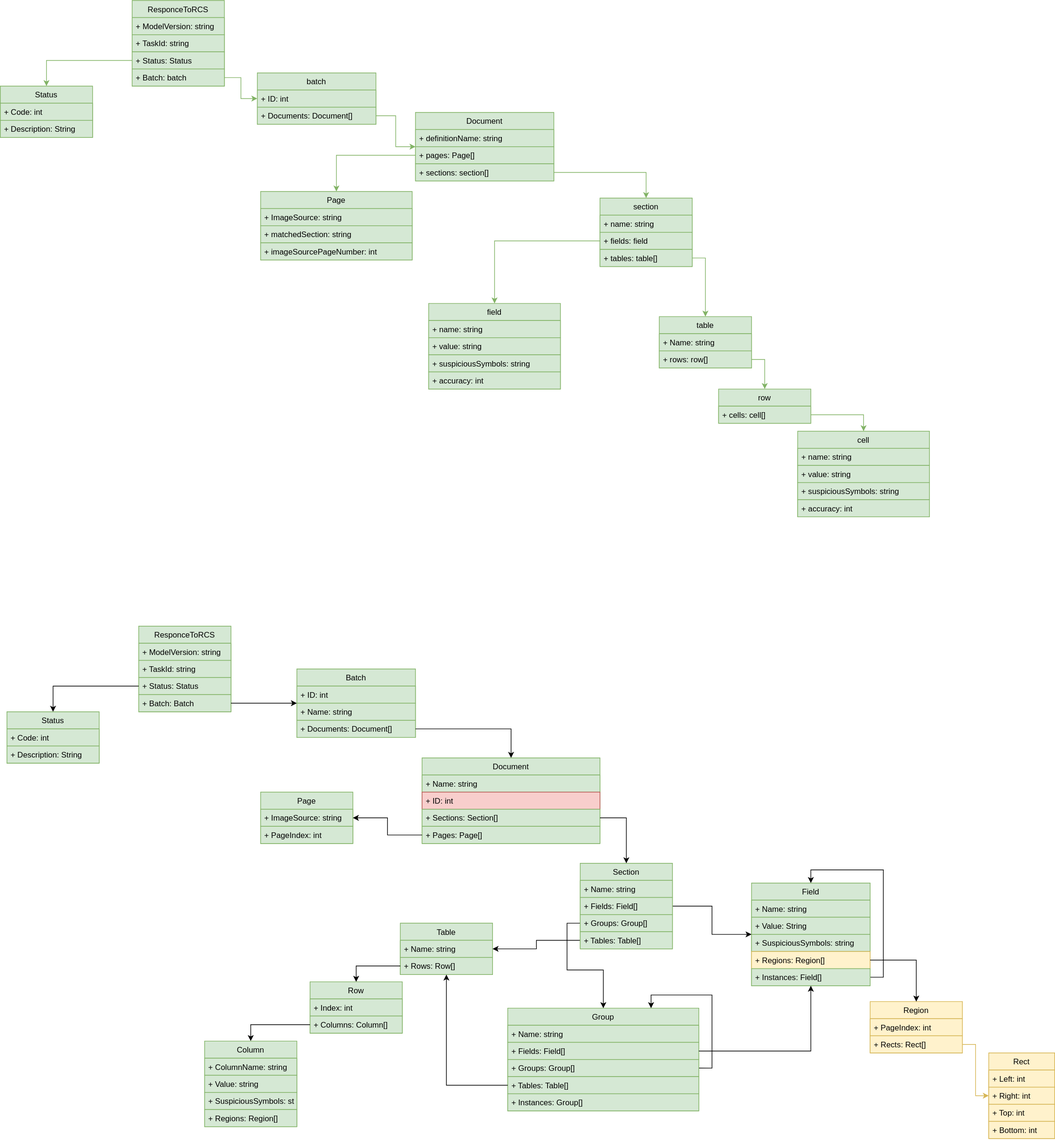
Above: AbbyyFCDocumentClassDiagram.drawio.svg in petrovps/AbbyyFCBatchModel (draw.io), before the change. Source tidied: cells renumbered, new cells last; positions are measured from the earlier drawing's top-left corner, leaving out a move shared by most shapes.
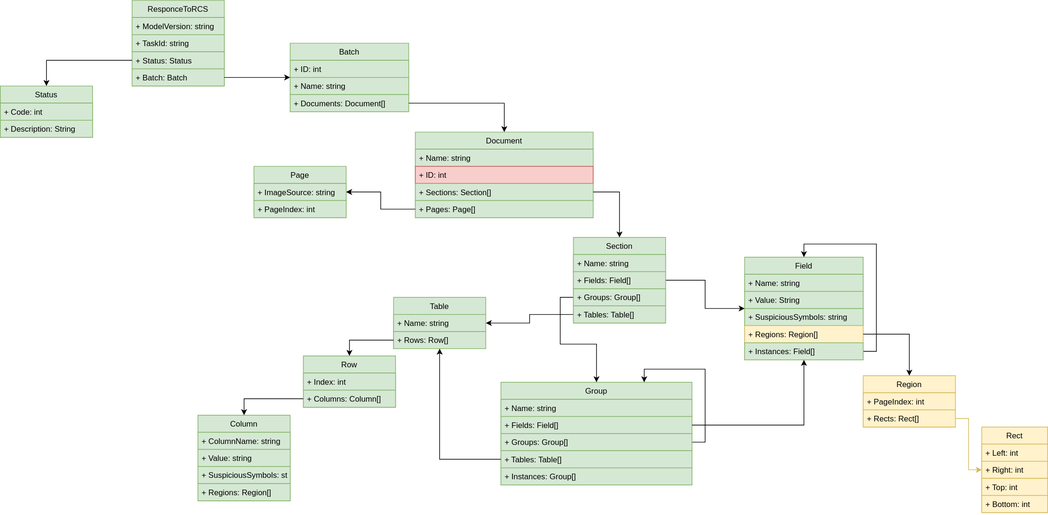
The same diagram one commit later.

Change to the diagram source:
```diff
@@ -155,147 +155,6 @@
     <mxCell id="52" style="edgeStyle=orthogonalEdgeStyle;rounded=0;jettySize=auto;html=1;" parent="1" edge="1" source="47" target="2">
       <mxGeometry relative="1" as="geometry" />
     </mxCell>
-    <mxCell id="53" value="ResponceToRCS" style="swimlane;fontStyle=0;horizontal=1;startSize=26;fillColor=#d5e8d4;strokeColor=#82b366;" parent="1" vertex="1">
-      <mxGeometry x="200" width="140" height="130" as="geometry" />
-    </mxCell>
-    <mxCell id="54" value="+ ModelVersion: string" style="text;strokeColor=#82b366;fillColor=#d5e8d4;align=left;verticalAlign=top;spacingLeft=4;spacingRight=4;overflow=hidden;" parent="53" vertex="1">
-      <mxGeometry y="26" width="140" height="26" as="geometry" />
-    </mxCell>
-    <mxCell id="55" value="+ TaskId: string" style="text;strokeColor=#82b366;fillColor=#d5e8d4;align=left;verticalAlign=top;spacingLeft=4;spacingRight=4;overflow=hidden;" parent="53" vertex="1">
-      <mxGeometry y="52" width="140" height="26" as="geometry" />
-    </mxCell>
-    <mxCell id="56" value="+ Status: Status" style="text;strokeColor=#82b366;fillColor=#d5e8d4;align=left;verticalAlign=top;spacingLeft=4;spacingRight=4;overflow=hidden;points=[[0,0.5],[1,0.5]];portConstraint=eastwest;" parent="53" vertex="1">
-      <mxGeometry y="78" width="140" height="26" as="geometry" />
-    </mxCell>
-    <mxCell id="57" value="+ Batch: batch" style="text;strokeColor=#82b366;fillColor=#d5e8d4;align=left;verticalAlign=top;spacingLeft=4;spacingRight=4;overflow=hidden;points=[[0,0.5],[1,0.5]];portConstraint=eastwest;" parent="53" vertex="1">
-      <mxGeometry y="104" width="140" height="26" as="geometry" />
-    </mxCell>
-    <mxCell id="58" value="Status" style="swimlane;fontStyle=0;horizontal=1;startSize=26;fillColor=#d5e8d4;strokeColor=#82b366;" parent="1" vertex="1">
-      <mxGeometry y="130" width="140" height="78" as="geometry" />
-    </mxCell>
-    <mxCell id="59" value="+ Code: int" style="text;strokeColor=#82b366;fillColor=#d5e8d4;align=left;verticalAlign=top;spacingLeft=4;spacingRight=4;overflow=hidden;" parent="58" vertex="1">
-      <mxGeometry y="26" width="140" height="26" as="geometry" />
-    </mxCell>
-    <mxCell id="60" value="+ Description: String" style="text;strokeColor=#82b366;fillColor=#d5e8d4;align=left;verticalAlign=top;spacingLeft=4;spacingRight=4;overflow=hidden;" parent="58" vertex="1">
-      <mxGeometry y="52" width="140" height="26" as="geometry" />
-    </mxCell>
-    <mxCell id="61" style="edgeStyle=orthogonalEdgeStyle;rounded=0;jettySize=auto;html=1;fillColor=#d5e8d4;strokeColor=#82b366;" parent="1" edge="1" source="56" target="58">
-      <mxGeometry relative="1" as="geometry" />
-    </mxCell>
-    <mxCell id="62" value="batch" style="swimlane;fontStyle=0;horizontal=1;startSize=26;fillColor=#d5e8d4;strokeColor=#82b366;" parent="1" vertex="1">
-      <mxGeometry x="390" y="110" width="180" height="78" as="geometry" />
-    </mxCell>
-    <mxCell id="63" value="+ ID: int" style="text;strokeColor=#82b366;fillColor=#d5e8d4;align=left;verticalAlign=top;spacingLeft=4;spacingRight=4;overflow=hidden;" parent="62" vertex="1">
-      <mxGeometry y="26" width="180" height="26" as="geometry" />
-    </mxCell>
-    <mxCell id="64" value="+ Documents: Document[]" style="text;strokeColor=#82b366;fillColor=#d5e8d4;align=left;verticalAlign=top;spacingLeft=4;spacingRight=4;overflow=hidden;points=[[0,0.5],[1,0.5]];portConstraint=eastwest;" parent="62" vertex="1">
-      <mxGeometry y="52" width="180" height="26" as="geometry" />
-    </mxCell>
-    <mxCell id="65" style="edgeStyle=orthogonalEdgeStyle;rounded=0;jettySize=auto;html=1;fillColor=#d5e8d4;strokeColor=#82b366;" parent="1" edge="1" source="57" target="62">
-      <mxGeometry relative="1" as="geometry" />
-    </mxCell>
-    <mxCell id="66" value="Document" style="swimlane;fontStyle=0;horizontal=1;startSize=26;fillColor=#d5e8d4;strokeColor=#82b366;" parent="1" vertex="1">
-      <mxGeometry x="630" y="170" width="210" height="104" as="geometry" />
-    </mxCell>
-    <mxCell id="67" value="+ definitionName: string" style="text;strokeColor=#82b366;fillColor=#d5e8d4;align=left;verticalAlign=top;spacingLeft=4;spacingRight=4;overflow=hidden;" parent="66" vertex="1">
-      <mxGeometry y="26" width="210" height="26" as="geometry" />
-    </mxCell>
-    <mxCell id="68" value="+ pages: Page[]" style="text;strokeColor=#82b366;fillColor=#d5e8d4;align=left;verticalAlign=top;spacingLeft=4;spacingRight=4;overflow=hidden;points=[[0,0.5],[1,0.5]];portConstraint=eastwest;" parent="66" vertex="1">
-      <mxGeometry y="52" width="210" height="26" as="geometry" />
-    </mxCell>
-    <mxCell id="69" value="+ sections: section[]" style="text;strokeColor=#82b366;fillColor=#d5e8d4;align=left;verticalAlign=top;spacingLeft=4;spacingRight=4;overflow=hidden;points=[[0,0.5],[1,0.5]];portConstraint=eastwest;" parent="66" vertex="1">
-      <mxGeometry y="78" width="210" height="26" as="geometry" />
-    </mxCell>
-    <mxCell id="70" value="Page" style="swimlane;fontStyle=0;horizontal=1;startSize=26;fillColor=#d5e8d4;strokeColor=#82b366;" parent="1" vertex="1">
-      <mxGeometry x="395" y="290" width="230" height="104" as="geometry" />
-    </mxCell>
-    <mxCell id="71" value="+ ImageSource: string" style="text;strokeColor=#82b366;fillColor=#d5e8d4;align=left;verticalAlign=top;spacingLeft=4;spacingRight=4;overflow=hidden;" parent="70" vertex="1">
-      <mxGeometry y="26" width="230" height="26" as="geometry" />
-    </mxCell>
-    <mxCell id="72" value="+ matchedSection: string" style="text;strokeColor=#82b366;fillColor=#d5e8d4;align=left;verticalAlign=top;spacingLeft=4;spacingRight=4;overflow=hidden;" parent="70" vertex="1">
-      <mxGeometry y="52" width="230" height="26" as="geometry" />
-    </mxCell>
-    <mxCell id="73" value="+ imageSourcePageNumber: int" style="text;strokeColor=#82b366;fillColor=#d5e8d4;align=left;verticalAlign=top;spacingLeft=4;spacingRight=4;overflow=hidden;" parent="70" vertex="1">
-      <mxGeometry y="78" width="230" height="26" as="geometry" />
-    </mxCell>
-    <mxCell id="74" style="edgeStyle=orthogonalEdgeStyle;rounded=0;jettySize=auto;html=1;fillColor=#d5e8d4;strokeColor=#82b366;" parent="1" edge="1" source="64" target="66">
-      <mxGeometry relative="1" as="geometry" />
-    </mxCell>
-    <mxCell id="75" style="edgeStyle=orthogonalEdgeStyle;rounded=0;jettySize=auto;html=1;fillColor=#d5e8d4;strokeColor=#82b366;" parent="1" edge="1" source="68" target="70">
-      <mxGeometry relative="1" as="geometry" />
-    </mxCell>
-    <mxCell id="76" value="section" style="swimlane;fontStyle=0;horizontal=1;startSize=26;fillColor=#d5e8d4;strokeColor=#82b366;" parent="1" vertex="1">
-      <mxGeometry x="910" y="300" width="140" height="104" as="geometry" />
-    </mxCell>
-    <mxCell id="77" value="+ name: string" style="text;strokeColor=#82b366;fillColor=#d5e8d4;align=left;verticalAlign=top;spacingLeft=4;spacingRight=4;overflow=hidden;" parent="76" vertex="1">
-      <mxGeometry y="26" width="140" height="26" as="geometry" />
-    </mxCell>
-    <mxCell id="78" value="+ fields: field" style="text;strokeColor=#82b366;fillColor=#d5e8d4;align=left;verticalAlign=top;spacingLeft=4;spacingRight=4;overflow=hidden;points=[[0,0.5],[1,0.5]];portConstraint=eastwest;" parent="76" vertex="1">
-      <mxGeometry y="52" width="140" height="26" as="geometry" />
-    </mxCell>
-    <mxCell id="79" value="+ tables: table[]" style="text;strokeColor=#82b366;fillColor=#d5e8d4;align=left;verticalAlign=top;spacingLeft=4;spacingRight=4;overflow=hidden;points=[[0,0.5],[1,0.5]];portConstraint=eastwest;" parent="76" vertex="1">
-      <mxGeometry y="78" width="140" height="26" as="geometry" />
-    </mxCell>
-    <mxCell id="80" style="edgeStyle=orthogonalEdgeStyle;rounded=0;jettySize=auto;html=1;fillColor=#d5e8d4;strokeColor=#82b366;" parent="1" edge="1" source="69" target="76">
-      <mxGeometry relative="1" as="geometry" />
-    </mxCell>
-    <mxCell id="81" value="field" style="swimlane;fontStyle=0;horizontal=1;startSize=26;fillColor=#d5e8d4;strokeColor=#82b366;" parent="1" vertex="1">
-      <mxGeometry x="650" y="460" width="200" height="130" as="geometry" />
-    </mxCell>
-    <mxCell id="82" value="+ name: string" style="text;strokeColor=#82b366;fillColor=#d5e8d4;align=left;verticalAlign=top;spacingLeft=4;spacingRight=4;overflow=hidden;" parent="81" vertex="1">
-      <mxGeometry y="26" width="200" height="26" as="geometry" />
-    </mxCell>
-    <mxCell id="83" value="+ value: string" style="text;strokeColor=#82b366;fillColor=#d5e8d4;align=left;verticalAlign=top;spacingLeft=4;spacingRight=4;overflow=hidden;" parent="81" vertex="1">
-      <mxGeometry y="52" width="200" height="26" as="geometry" />
-    </mxCell>
-    <mxCell id="84" value="+ suspiciousSymbols: string" style="text;strokeColor=#82b366;fillColor=#d5e8d4;align=left;verticalAlign=top;spacingLeft=4;spacingRight=4;overflow=hidden;" parent="81" vertex="1">
-      <mxGeometry y="78" width="200" height="26" as="geometry" />
-    </mxCell>
-    <mxCell id="85" value="+ accuracy: int" style="text;strokeColor=#82b366;fillColor=#d5e8d4;align=left;verticalAlign=top;spacingLeft=4;spacingRight=4;overflow=hidden;" parent="81" vertex="1">
-      <mxGeometry y="104" width="200" height="26" as="geometry" />
-    </mxCell>
-    <mxCell id="86" style="edgeStyle=orthogonalEdgeStyle;rounded=0;jettySize=auto;html=1;fillColor=#d5e8d4;strokeColor=#82b366;" parent="1" edge="1" source="78" target="81">
-      <mxGeometry relative="1" as="geometry" />
-    </mxCell>
-    <mxCell id="87" value="table" style="swimlane;fontStyle=0;horizontal=1;startSize=26;fillColor=#d5e8d4;strokeColor=#82b366;" parent="1" vertex="1">
-      <mxGeometry x="1000" y="480" width="140" height="78" as="geometry" />
-    </mxCell>
-    <mxCell id="88" value="+ Name: string" style="text;strokeColor=#82b366;fillColor=#d5e8d4;align=left;verticalAlign=top;spacingLeft=4;spacingRight=4;overflow=hidden;" parent="87" vertex="1">
-      <mxGeometry y="26" width="140" height="26" as="geometry" />
-    </mxCell>
-    <mxCell id="89" value="+ rows: row[]" style="text;strokeColor=#82b366;fillColor=#d5e8d4;align=left;verticalAlign=top;spacingLeft=4;spacingRight=4;overflow=hidden;points=[[0,0.5],[1,0.5]];portConstraint=eastwest;" parent="87" vertex="1">
-      <mxGeometry y="52" width="140" height="26" as="geometry" />
-    </mxCell>
-    <mxCell id="90" style="edgeStyle=orthogonalEdgeStyle;rounded=0;jettySize=auto;html=1;fillColor=#d5e8d4;strokeColor=#82b366;" parent="1" edge="1" source="79" target="87">
-      <mxGeometry relative="1" as="geometry" />
-    </mxCell>
-    <mxCell id="91" value="row" style="swimlane;fontStyle=0;horizontal=1;startSize=26;fillColor=#d5e8d4;strokeColor=#82b366;" parent="1" vertex="1">
-      <mxGeometry x="1090" y="590" width="140" height="52" as="geometry" />
-    </mxCell>
-    <mxCell id="92" value="+ cells: cell[]" style="text;strokeColor=#82b366;fillColor=#d5e8d4;align=left;verticalAlign=top;spacingLeft=4;spacingRight=4;overflow=hidden;points=[[0,0.5],[1,0.5]];portConstraint=eastwest;" parent="91" vertex="1">
-      <mxGeometry y="26" width="140" height="26" as="geometry" />
-    </mxCell>
-    <mxCell id="93" style="edgeStyle=orthogonalEdgeStyle;rounded=0;jettySize=auto;html=1;entryX=0.5;entryY=0;entryDx=0;entryDy=0;fillColor=#d5e8d4;strokeColor=#82b366;" parent="1" edge="1" source="89" target="91">
-      <mxGeometry relative="1" as="geometry" />
-    </mxCell>
-    <mxCell id="94" value="cell" style="swimlane;fontStyle=0;horizontal=1;startSize=26;fillColor=#d5e8d4;strokeColor=#82b366;" parent="1" vertex="1">
-      <mxGeometry x="1210" y="654" width="200" height="130" as="geometry" />
-    </mxCell>
-    <mxCell id="95" value="+ name: string" style="text;strokeColor=#82b366;fillColor=#d5e8d4;align=left;verticalAlign=top;spacingLeft=4;spacingRight=4;overflow=hidden;" parent="94" vertex="1">
-      <mxGeometry y="26" width="200" height="26" as="geometry" />
-    </mxCell>
-    <mxCell id="96" value="+ value: string" style="text;strokeColor=#82b366;fillColor=#d5e8d4;align=left;verticalAlign=top;spacingLeft=4;spacingRight=4;overflow=hidden;" parent="94" vertex="1">
-      <mxGeometry y="52" width="200" height="26" as="geometry" />
-    </mxCell>
-    <mxCell id="97" value="+ suspiciousSymbols: string" style="text;strokeColor=#82b366;fillColor=#d5e8d4;align=left;verticalAlign=top;spacingLeft=4;spacingRight=4;overflow=hidden;" parent="94" vertex="1">
-      <mxGeometry y="78" width="200" height="26" as="geometry" />
-    </mxCell>
-    <mxCell id="98" value="+ accuracy: int" style="text;strokeColor=#82b366;fillColor=#d5e8d4;align=left;verticalAlign=top;spacingLeft=4;spacingRight=4;overflow=hidden;" parent="94" vertex="1">
-      <mxGeometry y="104" width="200" height="26" as="geometry" />
-    </mxCell>
-    <mxCell id="99" style="edgeStyle=orthogonalEdgeStyle;rounded=0;jettySize=auto;html=1;fillColor=#d5e8d4;strokeColor=#82b366;" parent="1" edge="1" source="92" target="94">
-      <mxGeometry relative="1" as="geometry" />
-    </mxCell>
     <mxCell id="100" value="Column" style="swimlane;fontStyle=0;horizontal=1;startSize=26;fillColor=#d5e8d4;strokeColor=#82b366;" parent="1" vertex="1">
       <mxGeometry x="310" y="1580" width="140" height="130" as="geometry" />
     </mxCell>
```
